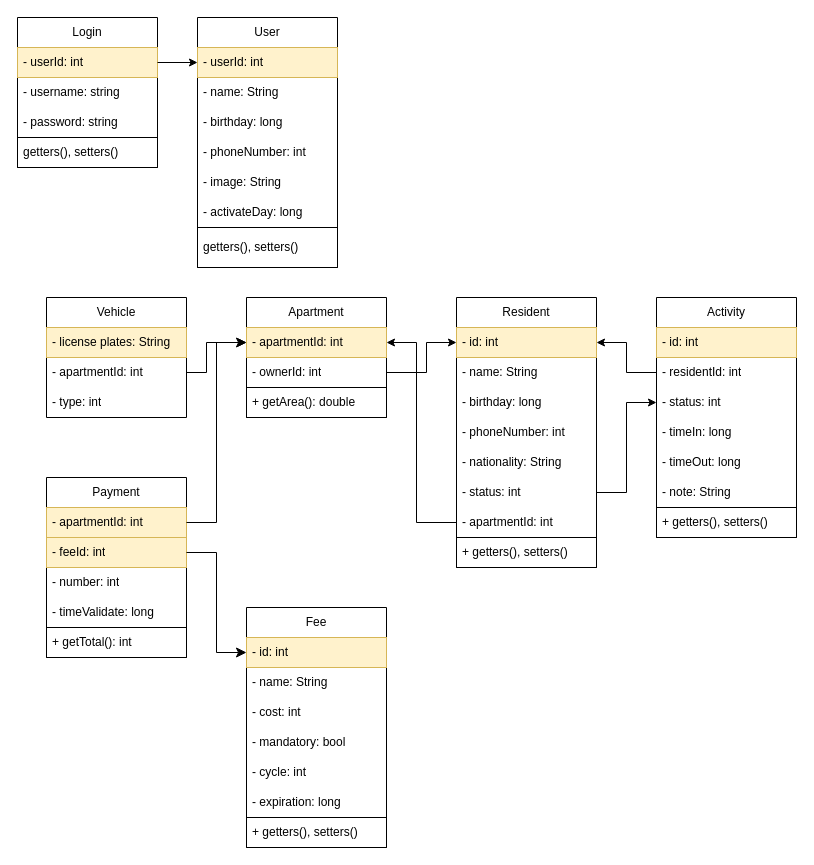
The draw.io diagram sqlChart.drawio in liguang612/ApartmentManagement, before the edit. Source tidied: cells renumbered, new cells numbered last; positions are measured from the earlier drawing's top-left corner, leaving out a move shared by most shapes. Both pictures are drawn from the tidied source at 100%, with x=0, y=0 at pixel (17, 17).
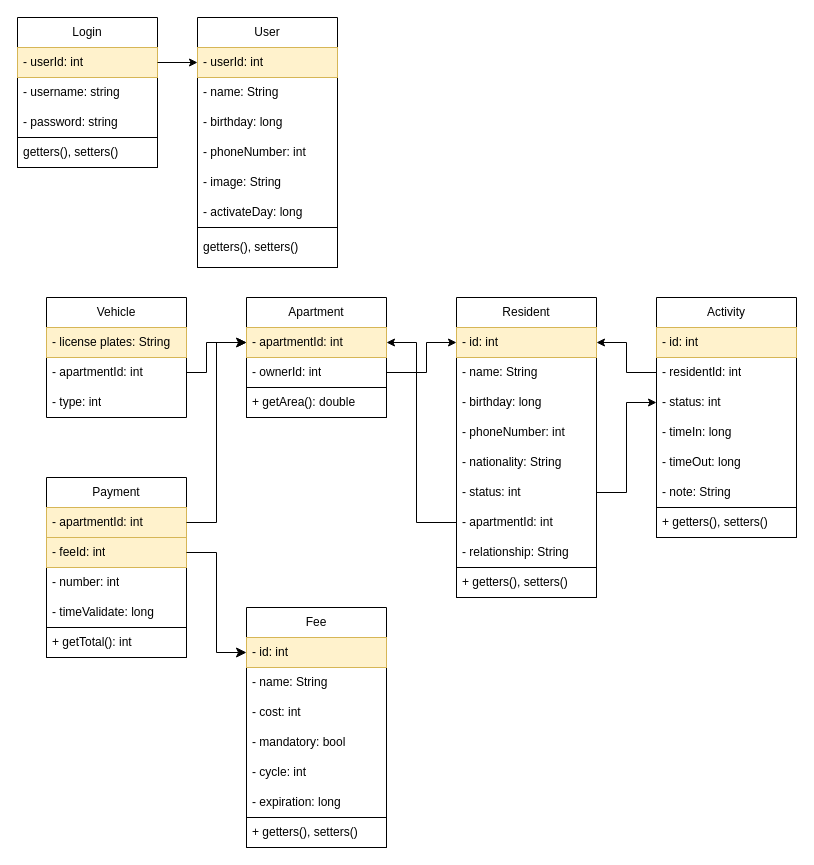
Above is the later version.

The edit, as a diff of the source:
```diff
@@
     <mxCell id="23" value="Resident" style="swimlane;fontStyle=0;horizontal=1;startSize=30;whiteSpace=wrap;html=1;" parent="1" vertex="1">
-      <mxGeometry x="439" y="280" width="140" height="270" as="geometry" />
+      <mxGeometry x="439" y="280" width="140" height="300" as="geometry" />
     </mxCell>
@@
+    <mxCell id="69" value="- relationship: String" style="text;strokeColor=none;fillColor=none;align=left;verticalAlign=middle;spacingLeft=4;spacingRight=4;overflow=hidden;whiteSpace=wrap;html=1;" parent="23" vertex="1">
+      <mxGeometry y="240" width="140" height="30" as="geometry" />
+    </mxCell>
     <mxCell id="31" style="swimlane;startSize=0;" parent="23" vertex="1">
-      <mxGeometry y="240" width="140" height="30" as="geometry" />
+      <mxGeometry y="270" width="140" height="30" as="geometry" />
     </mxCell>
```
